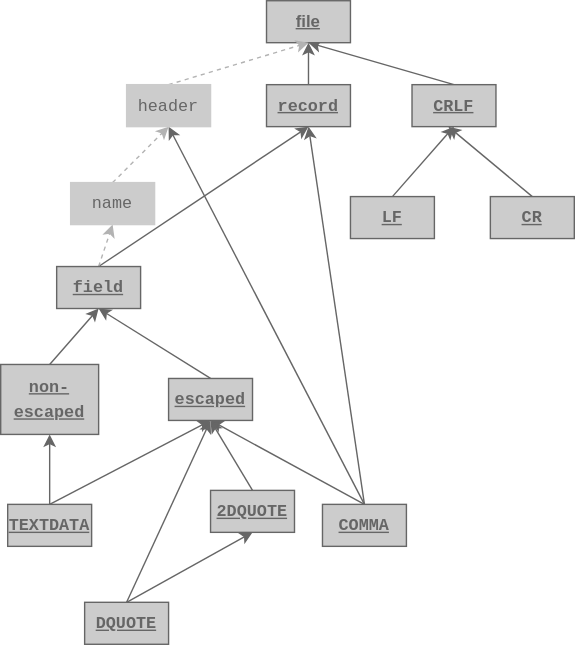
This is CSVParser/parsers-overview.drawio.svg from leanprover-community/lean4-samples, a draw.io export, as it was before one commit. Source tidied: cells renumbered, new cells last; positions are measured from the earlier drawing's top-left corner, leaving out a move shared by most shapes.
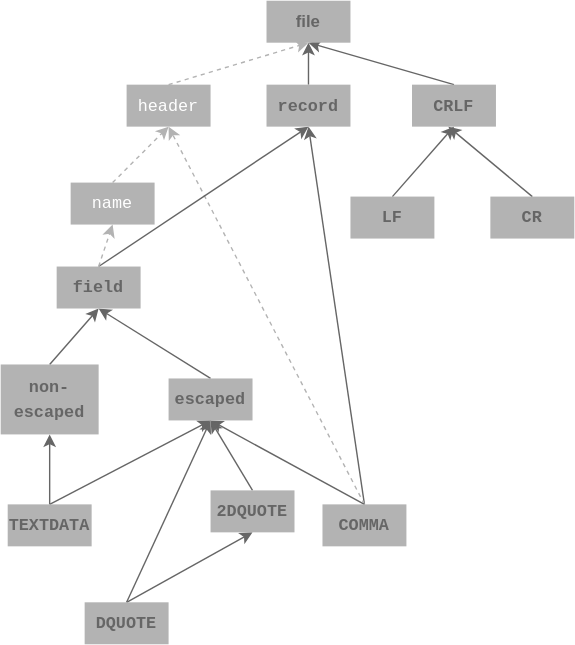
After the commit.

Commit message:
fix: fix wrong arrow to header

Diff of the diagram source:
```diff
@@ -2,104 +2,104 @@
   <root>
     <mxCell id="0" />
     <mxCell id="1" parent="0" />
-    <mxCell id="2" style="edgeStyle=none;html=1;exitX=0.5;exitY=0;exitDx=0;exitDy=0;fontColor=#666666;strokeColor=#666666;labelBackgroundColor=none;" parent="1" edge="1" source="3">
+    <mxCell id="2" style="edgeStyle=none;html=1;exitX=0.5;exitY=0;exitDx=0;exitDy=0;fontColor=#999999;strokeColor=#666666;labelBackgroundColor=none;" parent="1" edge="1" source="3">
       <mxGeometry relative="1" as="geometry">
         <mxPoint x="220" y="30" as="targetPoint" />
       </mxGeometry>
     </mxCell>
-    <mxCell id="3" value="&lt;div style=&quot;font-family: menlo, monaco, &amp;quot;courier new&amp;quot;, monospace; line-height: 18px;&quot;&gt;&lt;div style=&quot;font-family: &amp;quot;menlo&amp;quot; , &amp;quot;monaco&amp;quot; , &amp;quot;courier new&amp;quot; , monospace ; line-height: 18px&quot;&gt;CRLF&lt;/div&gt;&lt;/div&gt;" style="rounded=0;whiteSpace=wrap;html=1;fontColor=#666666;strokeColor=#666666;fillColor=#CCCCCC;labelBackgroundColor=none;fontStyle=5;" parent="1" vertex="1">
+    <mxCell id="3" value="&lt;div style=&quot;font-family: menlo, monaco, &amp;quot;courier new&amp;quot;, monospace; line-height: 18px;&quot;&gt;&lt;div style=&quot;font-family: &amp;quot;menlo&amp;quot; , &amp;quot;monaco&amp;quot; , &amp;quot;courier new&amp;quot; , monospace ; line-height: 18px&quot;&gt;CRLF&lt;/div&gt;&lt;/div&gt;" style="rounded=0;whiteSpace=wrap;html=1;fontColor=#666666;strokeColor=none;fillColor=#B3B3B3;labelBackgroundColor=none;fontStyle=1;" parent="1" vertex="1">
       <mxGeometry x="294" y="60" width="60" height="30" as="geometry" />
     </mxCell>
-    <mxCell id="4" style="edgeStyle=none;html=1;exitX=0.5;exitY=0;exitDx=0;exitDy=0;entryX=0.5;entryY=1;entryDx=0;entryDy=0;strokeColor=#666666;labelBackgroundColor=none;" parent="1" edge="1" source="7" target="18">
+    <mxCell id="4" style="edgeStyle=none;html=1;exitX=0.5;exitY=0;exitDx=0;exitDy=0;entryX=0.5;entryY=1;entryDx=0;entryDy=0;strokeColor=#666666;labelBackgroundColor=none;fontColor=#999999;" parent="1" edge="1" source="7" target="18">
       <mxGeometry relative="1" as="geometry" />
     </mxCell>
-    <mxCell id="5" style="edgeStyle=none;html=1;exitX=0.5;exitY=0;exitDx=0;exitDy=0;entryX=0.5;entryY=1;entryDx=0;entryDy=0;fontColor=#666666;strokeColor=#666666;labelBackgroundColor=none;" parent="1" edge="1" source="7" target="21">
+    <mxCell id="5" style="edgeStyle=none;html=1;exitX=0.5;exitY=0;exitDx=0;exitDy=0;entryX=0.5;entryY=1;entryDx=0;entryDy=0;fontColor=#666666;strokeColor=#B3B3B3;labelBackgroundColor=none;dashed=1;" parent="1" edge="1" source="7" target="21">
       <mxGeometry relative="1" as="geometry" />
     </mxCell>
-    <mxCell id="6" style="edgeStyle=none;html=1;exitX=0.5;exitY=0;exitDx=0;exitDy=0;entryX=0.5;entryY=1;entryDx=0;entryDy=0;fontColor=#666666;strokeColor=#666666;labelBackgroundColor=none;" parent="1" edge="1" source="7" target="11">
+    <mxCell id="6" style="edgeStyle=none;html=1;exitX=0.5;exitY=0;exitDx=0;exitDy=0;entryX=0.5;entryY=1;entryDx=0;entryDy=0;fontColor=#999999;strokeColor=#666666;labelBackgroundColor=none;" parent="1" edge="1" source="7" target="11">
       <mxGeometry relative="1" as="geometry" />
     </mxCell>
-    <mxCell id="7" value="&lt;div style=&quot;font-family: menlo, monaco, &amp;quot;courier new&amp;quot;, monospace; line-height: 18px;&quot;&gt;COMMA&lt;/div&gt;" style="rounded=0;whiteSpace=wrap;html=1;fontColor=#666666;strokeColor=#666666;fillColor=#CCCCCC;labelBackgroundColor=none;fontStyle=5;" parent="1" vertex="1">
+    <mxCell id="7" value="&lt;div style=&quot;font-family: menlo, monaco, &amp;quot;courier new&amp;quot;, monospace; line-height: 18px;&quot;&gt;COMMA&lt;/div&gt;" style="rounded=0;whiteSpace=wrap;html=1;fontColor=#666666;strokeColor=none;fillColor=#B3B3B3;labelBackgroundColor=none;fontStyle=1;" parent="1" vertex="1">
       <mxGeometry x="230" y="360" width="60" height="30" as="geometry" />
     </mxCell>
-    <mxCell id="8" style="edgeStyle=none;html=1;exitX=0.5;exitY=0;exitDx=0;exitDy=0;entryX=0.5;entryY=1;entryDx=0;entryDy=0;fontColor=#666666;strokeColor=#666666;labelBackgroundColor=none;" parent="1" edge="1" source="9" target="14">
+    <mxCell id="8" style="edgeStyle=none;html=1;exitX=0.5;exitY=0;exitDx=0;exitDy=0;entryX=0.5;entryY=1;entryDx=0;entryDy=0;fontColor=#999999;strokeColor=#666666;labelBackgroundColor=none;" parent="1" edge="1" source="9" target="14">
       <mxGeometry relative="1" as="geometry" />
     </mxCell>
-    <mxCell id="9" value="&lt;div style=&quot;font-family: menlo, monaco, &amp;quot;courier new&amp;quot;, monospace; line-height: 18px;&quot;&gt;non-escaped&lt;/div&gt;" style="rounded=0;whiteSpace=wrap;html=1;fontColor=#666666;strokeColor=#666666;fillColor=#CCCCCC;labelBackgroundColor=none;fontStyle=5;" parent="1" vertex="1">
+    <mxCell id="9" value="&lt;div style=&quot;font-family: menlo, monaco, &amp;quot;courier new&amp;quot;, monospace; line-height: 18px;&quot;&gt;non-escaped&lt;/div&gt;" style="rounded=0;whiteSpace=wrap;html=1;fontColor=#666666;strokeColor=none;fillColor=#B3B3B3;labelBackgroundColor=none;fontStyle=1;" parent="1" vertex="1">
       <mxGeometry y="260" width="70" height="50" as="geometry" />
     </mxCell>
-    <mxCell id="10" style="edgeStyle=none;html=1;exitX=0.5;exitY=0;exitDx=0;exitDy=0;entryX=0.5;entryY=1;entryDx=0;entryDy=0;fontColor=#666666;strokeColor=#666666;labelBackgroundColor=none;" parent="1" edge="1" source="11" target="14">
+    <mxCell id="10" style="edgeStyle=none;html=1;exitX=0.5;exitY=0;exitDx=0;exitDy=0;entryX=0.5;entryY=1;entryDx=0;entryDy=0;fontColor=#999999;strokeColor=#666666;labelBackgroundColor=none;" parent="1" edge="1" source="11" target="14">
       <mxGeometry relative="1" as="geometry" />
     </mxCell>
-    <mxCell id="11" value="&lt;div style=&quot;font-family: menlo, monaco, &amp;quot;courier new&amp;quot;, monospace; line-height: 18px;&quot;&gt;escaped&lt;/div&gt;" style="rounded=0;whiteSpace=wrap;html=1;fontColor=#666666;strokeColor=#666666;fillColor=#CCCCCC;labelBackgroundColor=none;fontStyle=5;" parent="1" vertex="1">
+    <mxCell id="11" value="&lt;div style=&quot;font-family: menlo, monaco, &amp;quot;courier new&amp;quot;, monospace; line-height: 18px;&quot;&gt;escaped&lt;/div&gt;" style="rounded=0;whiteSpace=wrap;html=1;fontColor=#666666;strokeColor=none;fillColor=#B3B3B3;labelBackgroundColor=none;fontStyle=1;" parent="1" vertex="1">
       <mxGeometry x="120" y="270" width="60" height="30" as="geometry" />
     </mxCell>
-    <mxCell id="12" style="edgeStyle=none;html=1;exitX=0.5;exitY=0;exitDx=0;exitDy=0;entryX=0.5;entryY=1;entryDx=0;entryDy=0;fontColor=#666666;strokeColor=#666666;labelBackgroundColor=none;" parent="1" edge="1" source="14" target="18">
+    <mxCell id="12" style="edgeStyle=none;html=1;exitX=0.5;exitY=0;exitDx=0;exitDy=0;entryX=0.5;entryY=1;entryDx=0;entryDy=0;fontColor=#999999;strokeColor=#666666;labelBackgroundColor=none;" parent="1" edge="1" source="14" target="18">
       <mxGeometry relative="1" as="geometry" />
     </mxCell>
     <mxCell id="13" style="edgeStyle=none;html=1;exitX=0.5;exitY=0;exitDx=0;exitDy=0;entryX=0.5;entryY=1;entryDx=0;entryDy=0;strokeColor=#B3B3B3;labelBackgroundColor=none;dashed=1;" parent="1" edge="1" source="14" target="16">
       <mxGeometry relative="1" as="geometry" />
     </mxCell>
-    <mxCell id="14" value="&lt;div style=&quot;font-family: menlo, monaco, &amp;quot;courier new&amp;quot;, monospace; line-height: 18px;&quot;&gt;field&lt;/div&gt;" style="rounded=0;whiteSpace=wrap;html=1;fontColor=#666666;strokeColor=#666666;fillColor=#CCCCCC;labelBackgroundColor=none;fontStyle=5;" parent="1" vertex="1">
+    <mxCell id="14" value="&lt;div style=&quot;font-family: menlo, monaco, &amp;quot;courier new&amp;quot;, monospace; line-height: 18px;&quot;&gt;field&lt;/div&gt;" style="rounded=0;whiteSpace=wrap;html=1;fontColor=#666666;strokeColor=none;fillColor=#B3B3B3;labelBackgroundColor=none;fontStyle=1;" parent="1" vertex="1">
       <mxGeometry x="40" y="190" width="60" height="30" as="geometry" />
     </mxCell>
     <mxCell id="15" style="edgeStyle=none;html=1;exitX=0.5;exitY=0;exitDx=0;exitDy=0;entryX=0.5;entryY=1;entryDx=0;entryDy=0;strokeColor=#B3B3B3;labelBackgroundColor=none;dashed=1;" parent="1" edge="1" source="16" target="21">
       <mxGeometry relative="1" as="geometry" />
     </mxCell>
-    <mxCell id="16" value="&lt;div style=&quot;font-family: menlo, monaco, &amp;quot;courier new&amp;quot;, monospace; line-height: 18px;&quot;&gt;name&lt;/div&gt;" style="rounded=0;whiteSpace=wrap;html=1;fontColor=#666666;strokeColor=#CCCCCC;fillColor=#CCCCCC;labelBackgroundColor=none;fontStyle=0;" parent="1" vertex="1">
+    <mxCell id="16" value="&lt;div style=&quot;font-family: menlo, monaco, &amp;quot;courier new&amp;quot;, monospace; line-height: 18px;&quot;&gt;name&lt;/div&gt;" style="rounded=0;whiteSpace=wrap;html=1;fontColor=#FFFFFF;strokeColor=none;fillColor=#B3B3B3;labelBackgroundColor=none;fontStyle=0;" parent="1" vertex="1">
       <mxGeometry x="50" y="130" width="60" height="30" as="geometry" />
     </mxCell>
-    <mxCell id="17" style="edgeStyle=none;html=1;exitX=0.5;exitY=0;exitDx=0;exitDy=0;entryX=0.5;entryY=1;entryDx=0;entryDy=0;strokeColor=#666666;labelBackgroundColor=none;" parent="1" edge="1" source="18" target="19">
+    <mxCell id="17" style="edgeStyle=none;html=1;exitX=0.5;exitY=0;exitDx=0;exitDy=0;entryX=0.5;entryY=1;entryDx=0;entryDy=0;strokeColor=#666666;labelBackgroundColor=none;fontColor=#999999;" parent="1" edge="1" source="18" target="19">
       <mxGeometry relative="1" as="geometry" />
     </mxCell>
-    <mxCell id="18" value="&lt;div style=&quot;font-family: menlo, monaco, &amp;quot;courier new&amp;quot;, monospace; line-height: 18px;&quot;&gt;record&lt;/div&gt;" style="rounded=0;whiteSpace=wrap;html=1;fontColor=#666666;strokeColor=#666666;fillColor=#CCCCCC;labelBackgroundColor=none;fontStyle=5;" parent="1" vertex="1">
+    <mxCell id="18" value="&lt;div style=&quot;font-family: menlo, monaco, &amp;quot;courier new&amp;quot;, monospace; line-height: 18px;&quot;&gt;record&lt;/div&gt;" style="rounded=0;whiteSpace=wrap;html=1;fontColor=#666666;strokeColor=none;fillColor=#B3B3B3;labelBackgroundColor=none;fontStyle=1;" parent="1" vertex="1">
       <mxGeometry x="190" y="60" width="60" height="30" as="geometry" />
     </mxCell>
-    <mxCell id="19" value="file" style="rounded=0;whiteSpace=wrap;html=1;fontColor=#666666;strokeColor=#666666;fillColor=#CCCCCC;labelBackgroundColor=none;fontStyle=5;" parent="1" vertex="1">
+    <mxCell id="19" value="file" style="rounded=0;whiteSpace=wrap;html=1;fontColor=#666666;strokeColor=none;fillColor=#B3B3B3;labelBackgroundColor=none;fontStyle=1;" parent="1" vertex="1">
       <mxGeometry x="190" width="60" height="30" as="geometry" />
     </mxCell>
     <mxCell id="20" style="edgeStyle=none;html=1;exitX=0.5;exitY=0;exitDx=0;exitDy=0;entryX=0.5;entryY=1;entryDx=0;entryDy=0;strokeColor=#B3B3B3;labelBackgroundColor=none;dashed=1;" parent="1" edge="1" source="21" target="19">
       <mxGeometry relative="1" as="geometry" />
     </mxCell>
-    <mxCell id="21" value="&lt;div style=&quot;font-family: menlo, monaco, &amp;quot;courier new&amp;quot;, monospace; line-height: 18px;&quot;&gt;header&lt;/div&gt;" style="rounded=0;whiteSpace=wrap;html=1;fontColor=#666666;strokeColor=#CCCCCC;fillColor=#CCCCCC;labelBackgroundColor=none;fontStyle=0;" parent="1" vertex="1">
+    <mxCell id="21" value="&lt;div style=&quot;font-family: menlo, monaco, &amp;quot;courier new&amp;quot;, monospace; line-height: 18px;&quot;&gt;header&lt;/div&gt;" style="rounded=0;whiteSpace=wrap;html=1;fontColor=#FFFFFF;strokeColor=none;fillColor=#B3B3B3;labelBackgroundColor=none;fontStyle=0;" parent="1" vertex="1">
       <mxGeometry x="90" y="60" width="60" height="30" as="geometry" />
     </mxCell>
-    <mxCell id="22" style="edgeStyle=none;html=1;exitX=0.5;exitY=0;exitDx=0;exitDy=0;entryX=0.5;entryY=1;entryDx=0;entryDy=0;fontColor=#666666;strokeColor=#666666;labelBackgroundColor=none;" parent="1" edge="1" source="23" target="3">
+    <mxCell id="22" style="edgeStyle=none;html=1;exitX=0.5;exitY=0;exitDx=0;exitDy=0;entryX=0.5;entryY=1;entryDx=0;entryDy=0;fontColor=#999999;strokeColor=#666666;labelBackgroundColor=none;" parent="1" edge="1" source="23" target="3">
       <mxGeometry relative="1" as="geometry" />
     </mxCell>
-    <mxCell id="23" value="&lt;div style=&quot;font-family: menlo, monaco, &amp;quot;courier new&amp;quot;, monospace; line-height: 18px;&quot;&gt;&lt;div style=&quot;font-family: &amp;quot;menlo&amp;quot; , &amp;quot;monaco&amp;quot; , &amp;quot;courier new&amp;quot; , monospace ; line-height: 18px&quot;&gt;LF&lt;/div&gt;&lt;/div&gt;" style="rounded=0;whiteSpace=wrap;html=1;fontColor=#666666;strokeColor=#666666;fillColor=#CCCCCC;labelBackgroundColor=none;fontStyle=5;" parent="1" vertex="1">
+    <mxCell id="23" value="&lt;div style=&quot;font-family: menlo, monaco, &amp;quot;courier new&amp;quot;, monospace; line-height: 18px;&quot;&gt;&lt;div style=&quot;font-family: &amp;quot;menlo&amp;quot; , &amp;quot;monaco&amp;quot; , &amp;quot;courier new&amp;quot; , monospace ; line-height: 18px&quot;&gt;LF&lt;/div&gt;&lt;/div&gt;" style="rounded=0;whiteSpace=wrap;html=1;fontColor=#666666;strokeColor=none;fillColor=#B3B3B3;labelBackgroundColor=none;fontStyle=1;" parent="1" vertex="1">
       <mxGeometry x="250" y="140" width="60" height="30" as="geometry" />
     </mxCell>
-    <mxCell id="24" style="edgeStyle=none;html=1;exitX=0.5;exitY=0;exitDx=0;exitDy=0;entryX=0.5;entryY=1;entryDx=0;entryDy=0;fontColor=#666666;strokeColor=#666666;labelBackgroundColor=none;" parent="1" edge="1" source="26" target="11">
+    <mxCell id="24" style="edgeStyle=none;html=1;exitX=0.5;exitY=0;exitDx=0;exitDy=0;entryX=0.5;entryY=1;entryDx=0;entryDy=0;fontColor=#999999;strokeColor=#666666;labelBackgroundColor=none;" parent="1" edge="1" source="26" target="11">
       <mxGeometry relative="1" as="geometry" />
     </mxCell>
-    <mxCell id="25" style="edgeStyle=none;html=1;exitX=0.5;exitY=0;exitDx=0;exitDy=0;entryX=0.5;entryY=1;entryDx=0;entryDy=0;fontColor=#666666;strokeColor=#666666;labelBackgroundColor=none;" parent="1" edge="1" source="26" target="33">
+    <mxCell id="25" style="edgeStyle=none;html=1;exitX=0.5;exitY=0;exitDx=0;exitDy=0;entryX=0.5;entryY=1;entryDx=0;entryDy=0;fontColor=#999999;strokeColor=#666666;labelBackgroundColor=none;" parent="1" edge="1" source="26" target="33">
       <mxGeometry relative="1" as="geometry" />
     </mxCell>
-    <mxCell id="26" value="&lt;div style=&quot;font-family: menlo, monaco, &amp;quot;courier new&amp;quot;, monospace; line-height: 18px;&quot;&gt;&lt;div style=&quot;font-family: &amp;quot;menlo&amp;quot; , &amp;quot;monaco&amp;quot; , &amp;quot;courier new&amp;quot; , monospace ; line-height: 18px&quot;&gt;DQUOTE&lt;/div&gt;&lt;/div&gt;" style="rounded=0;whiteSpace=wrap;html=1;fontColor=#666666;strokeColor=#666666;fillColor=#CCCCCC;labelBackgroundColor=none;fontStyle=5;" parent="1" vertex="1">
+    <mxCell id="26" value="&lt;div style=&quot;font-family: menlo, monaco, &amp;quot;courier new&amp;quot;, monospace; line-height: 18px;&quot;&gt;&lt;div style=&quot;font-family: &amp;quot;menlo&amp;quot; , &amp;quot;monaco&amp;quot; , &amp;quot;courier new&amp;quot; , monospace ; line-height: 18px&quot;&gt;DQUOTE&lt;/div&gt;&lt;/div&gt;" style="rounded=0;whiteSpace=wrap;html=1;fontColor=#666666;strokeColor=none;fillColor=#B3B3B3;labelBackgroundColor=none;fontStyle=1;" parent="1" vertex="1">
       <mxGeometry x="60" y="430" width="60" height="30" as="geometry" />
     </mxCell>
-    <mxCell id="27" style="edgeStyle=none;html=1;exitX=0.5;exitY=0;exitDx=0;exitDy=0;entryX=0.5;entryY=1;entryDx=0;entryDy=0;fontColor=#666666;strokeColor=#666666;labelBackgroundColor=none;" parent="1" edge="1" source="29" target="11">
+    <mxCell id="27" style="edgeStyle=none;html=1;exitX=0.5;exitY=0;exitDx=0;exitDy=0;entryX=0.5;entryY=1;entryDx=0;entryDy=0;fontColor=#999999;strokeColor=#666666;labelBackgroundColor=none;" parent="1" edge="1" source="29" target="11">
       <mxGeometry relative="1" as="geometry" />
     </mxCell>
-    <mxCell id="28" style="edgeStyle=none;html=1;exitX=0.5;exitY=0;exitDx=0;exitDy=0;entryX=0.5;entryY=1;entryDx=0;entryDy=0;fontColor=#666666;strokeColor=#666666;labelBackgroundColor=none;" parent="1" edge="1" source="29" target="9">
+    <mxCell id="28" style="edgeStyle=none;html=1;exitX=0.5;exitY=0;exitDx=0;exitDy=0;entryX=0.5;entryY=1;entryDx=0;entryDy=0;fontColor=#999999;strokeColor=#666666;labelBackgroundColor=none;" parent="1" edge="1" source="29" target="9">
       <mxGeometry relative="1" as="geometry" />
     </mxCell>
-    <mxCell id="29" value="&lt;div style=&quot;font-family: menlo, monaco, &amp;quot;courier new&amp;quot;, monospace; line-height: 18px;&quot;&gt;&lt;div style=&quot;font-family: &amp;quot;menlo&amp;quot; , &amp;quot;monaco&amp;quot; , &amp;quot;courier new&amp;quot; , monospace ; line-height: 18px&quot;&gt;&lt;div style=&quot;font-family: &amp;quot;menlo&amp;quot; , &amp;quot;monaco&amp;quot; , &amp;quot;courier new&amp;quot; , monospace ; line-height: 18px&quot;&gt;TEXTDATA&lt;/div&gt;&lt;/div&gt;&lt;/div&gt;" style="rounded=0;whiteSpace=wrap;html=1;fontColor=#666666;strokeColor=#666666;fillColor=#CCCCCC;labelBackgroundColor=none;fontStyle=5;" parent="1" vertex="1">
+    <mxCell id="29" value="&lt;div style=&quot;font-family: menlo, monaco, &amp;quot;courier new&amp;quot;, monospace; line-height: 18px;&quot;&gt;&lt;div style=&quot;font-family: &amp;quot;menlo&amp;quot; , &amp;quot;monaco&amp;quot; , &amp;quot;courier new&amp;quot; , monospace ; line-height: 18px&quot;&gt;&lt;div style=&quot;font-family: &amp;quot;menlo&amp;quot; , &amp;quot;monaco&amp;quot; , &amp;quot;courier new&amp;quot; , monospace ; line-height: 18px&quot;&gt;TEXTDATA&lt;/div&gt;&lt;/div&gt;&lt;/div&gt;" style="rounded=0;whiteSpace=wrap;html=1;fontColor=#666666;strokeColor=none;fillColor=#B3B3B3;labelBackgroundColor=none;fontStyle=1;" parent="1" vertex="1">
       <mxGeometry x="5" y="360" width="60" height="30" as="geometry" />
     </mxCell>
-    <mxCell id="30" style="edgeStyle=none;html=1;exitX=0.5;exitY=0;exitDx=0;exitDy=0;fontColor=#666666;strokeColor=#666666;labelBackgroundColor=none;" parent="1" edge="1" source="31">
+    <mxCell id="30" style="edgeStyle=none;html=1;exitX=0.5;exitY=0;exitDx=0;exitDy=0;fontColor=#999999;strokeColor=#666666;labelBackgroundColor=none;" parent="1" edge="1" source="31">
       <mxGeometry relative="1" as="geometry">
         <mxPoint x="320" y="90" as="targetPoint" />
       </mxGeometry>
     </mxCell>
-    <mxCell id="31" value="&lt;div style=&quot;font-family: menlo, monaco, &amp;quot;courier new&amp;quot;, monospace; line-height: 18px;&quot;&gt;&lt;div style=&quot;font-family: &amp;quot;menlo&amp;quot; , &amp;quot;monaco&amp;quot; , &amp;quot;courier new&amp;quot; , monospace ; line-height: 18px&quot;&gt;CR&lt;/div&gt;&lt;/div&gt;" style="rounded=0;whiteSpace=wrap;html=1;fontColor=#666666;strokeColor=#666666;fillColor=#CCCCCC;labelBackgroundColor=none;fontStyle=5;" parent="1" vertex="1">
+    <mxCell id="31" value="&lt;div style=&quot;font-family: menlo, monaco, &amp;quot;courier new&amp;quot;, monospace; line-height: 18px;&quot;&gt;&lt;div style=&quot;font-family: &amp;quot;menlo&amp;quot; , &amp;quot;monaco&amp;quot; , &amp;quot;courier new&amp;quot; , monospace ; line-height: 18px&quot;&gt;CR&lt;/div&gt;&lt;/div&gt;" style="rounded=0;whiteSpace=wrap;html=1;fontColor=#666666;strokeColor=none;fillColor=#B3B3B3;labelBackgroundColor=none;fontStyle=1;" parent="1" vertex="1">
       <mxGeometry x="350" y="140" width="60" height="30" as="geometry" />
     </mxCell>
-    <mxCell id="32" style="edgeStyle=none;html=1;exitX=0.5;exitY=0;exitDx=0;exitDy=0;entryX=0.5;entryY=1;entryDx=0;entryDy=0;fontColor=#666666;strokeColor=#666666;labelBackgroundColor=none;" parent="1" edge="1" source="33" target="11">
+    <mxCell id="32" style="edgeStyle=none;html=1;exitX=0.5;exitY=0;exitDx=0;exitDy=0;entryX=0.5;entryY=1;entryDx=0;entryDy=0;fontColor=#999999;strokeColor=#666666;labelBackgroundColor=none;" parent="1" edge="1" source="33" target="11">
       <mxGeometry relative="1" as="geometry" />
     </mxCell>
-    <mxCell id="33" value="&lt;div style=&quot;font-family: menlo, monaco, &amp;quot;courier new&amp;quot;, monospace; line-height: 18px;&quot;&gt;&lt;div style=&quot;font-family: &amp;quot;menlo&amp;quot; , &amp;quot;monaco&amp;quot; , &amp;quot;courier new&amp;quot; , monospace ; line-height: 18px&quot;&gt;2DQUOTE&lt;/div&gt;&lt;/div&gt;" style="rounded=0;whiteSpace=wrap;html=1;fontColor=#666666;strokeColor=#666666;fillColor=#CCCCCC;labelBackgroundColor=none;fontStyle=5;" parent="1" vertex="1">
+    <mxCell id="33" value="&lt;div style=&quot;font-family: menlo, monaco, &amp;quot;courier new&amp;quot;, monospace; line-height: 18px;&quot;&gt;&lt;div style=&quot;font-family: &amp;quot;menlo&amp;quot; , &amp;quot;monaco&amp;quot; , &amp;quot;courier new&amp;quot; , monospace ; line-height: 18px&quot;&gt;2DQUOTE&lt;/div&gt;&lt;/div&gt;" style="rounded=0;whiteSpace=wrap;html=1;fontColor=#666666;strokeColor=none;fillColor=#B3B3B3;labelBackgroundColor=none;fontStyle=1;" parent="1" vertex="1">
       <mxGeometry x="150" y="350" width="60" height="30" as="geometry" />
     </mxCell>
   </root>
```
